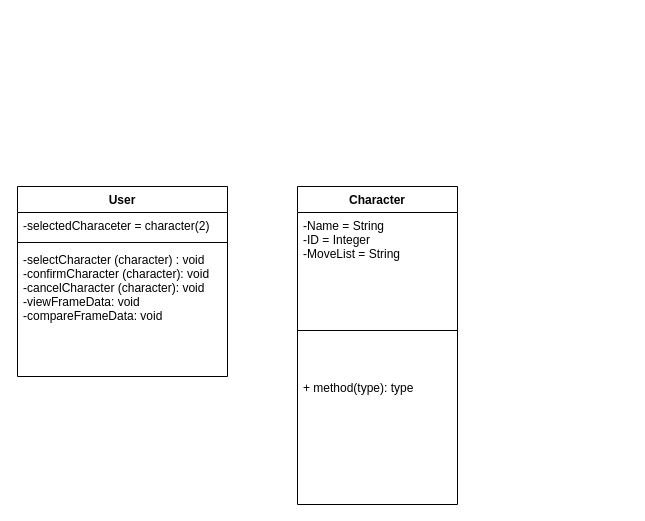
Earlier version of the draw.io diagram Class Diagram.drawio (aramis-matos/SkyboundDB). Source tidied: cells renumbered, new cells numbered last; positions are measured from the earlier drawing's top-left corner, leaving out a move shared by most shapes. Both pictures are drawn from the tidied source at 100%, with x=0, y=0 at pixel (17, 186).
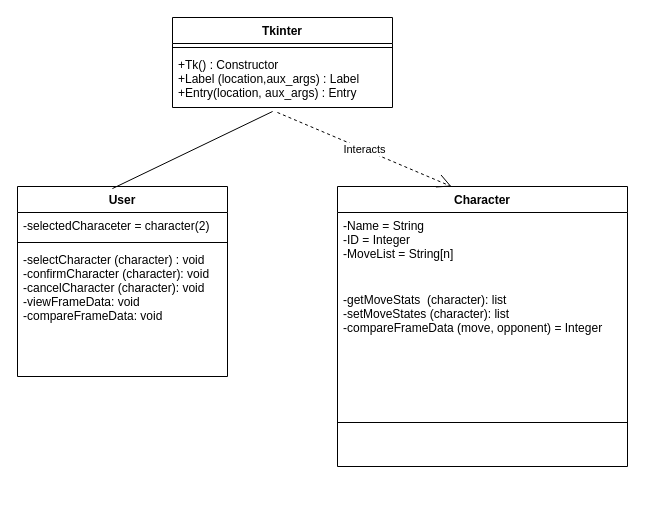
After the change.

Diff of the diagram source:
```diff
@@
 <mxGraphModel>
   <root>
     <mxCell id="0" />
     <mxCell id="1" parent="0" />
     <mxCell id="2" value="User" style="swimlane;fontStyle=1;align=center;verticalAlign=top;horizontal=1;startSize=26;" parent="1" vertex="1">
       <mxGeometry width="210" height="190" as="geometry" />
     </mxCell>
     <mxCell id="3" value="-selectedCharaceter = character(2)" style="text;strokeColor=none;fillColor=none;align=left;verticalAlign=top;spacingLeft=4;spacingRight=4;overflow=hidden;" parent="2" vertex="1">
       <mxGeometry y="26" width="210" height="26" as="geometry" />
     </mxCell>
     <mxCell id="4" style="line;strokeWidth=1;fillColor=none;align=left;verticalAlign=middle;spacingTop=-1;spacingLeft=3;spacingRight=3;labelPosition=right;" parent="2" vertex="1">
       <mxGeometry y="52" width="210" height="8" as="geometry" />
     </mxCell>
     <mxCell id="5" value="-selectCharacter (character) : void&#10;-confirmCharacter (character): void&#10;-cancelCharacter (character): void&#10;-viewFrameData: void&#10;-compareFrameData: void&#10;&#10;&#10;" style="text;strokeColor=none;fillColor=none;align=left;verticalAlign=top;spacingLeft=4;spacingRight=4;overflow=hidden;" parent="2" vertex="1">
       <mxGeometry y="60" width="210" height="130" as="geometry" />
     </mxCell>
     <mxCell id="6" value="Character" style="swimlane;fontStyle=1;align=center;verticalAlign=top;horizontal=1;startSize=26;" parent="1" vertex="1">
-      <mxGeometry x="280" width="160" height="318" as="geometry" />
+      <mxGeometry x="320" width="290" height="280" as="geometry" />
     </mxCell>
-    <mxCell id="7" value="-Name = String&#10;-ID = Integer&#10;-MoveList = String&#10;&#10;" style="text;strokeColor=none;fillColor=none;align=left;verticalAlign=top;spacingLeft=4;spacingRight=4;overflow=hidden;" parent="6" vertex="1">
-      <mxGeometry y="26" width="160" height="74" as="geometry" />
+    <mxCell id="7" value="-Name = String&#10;-ID = Integer&#10;-MoveList = String[n]&#10;&#10;" style="text;strokeColor=none;fillColor=none;align=left;verticalAlign=top;spacingLeft=4;spacingRight=4;overflow=hidden;" parent="6" vertex="1">
+      <mxGeometry y="26" width="290" height="74" as="geometry" />
     </mxCell>
+    <mxCell id="9" value="-getMoveStats  (character): list&#10;-setMoveStates (character): list&#10; -compareFrameData (move, opponent) = Integer&#10;&#10; &#10;" style="text;strokeColor=none;fillColor=none;align=left;verticalAlign=top;spacingLeft=4;spacingRight=4;overflow=hidden;" parent="6" vertex="1">
+      <mxGeometry y="100" width="290" height="92" as="geometry" />
+    </mxCell>
     <mxCell id="8" style="line;strokeWidth=1;fillColor=none;align=left;verticalAlign=middle;spacingTop=-1;spacingLeft=3;spacingRight=3;labelPosition=right;" parent="6" vertex="1">
-      <mxGeometry y="100" width="160" height="88" as="geometry" />
+      <mxGeometry y="192" width="290" height="88" as="geometry" />
     </mxCell>
-    <mxCell id="9" value="+ method(type): type" style="text;strokeColor=none;fillColor=none;align=left;verticalAlign=top;spacingLeft=4;spacingRight=4;overflow=hidden;" parent="6" vertex="1">
-      <mxGeometry y="188" width="160" height="130" as="geometry" />
-    </mxCell>
+    <mxCell id="10" value="Tkinter" style="swimlane;fontStyle=1;align=center;verticalAlign=top;horizontal=1;startSize=26;" parent="1" vertex="1">
+      <mxGeometry x="155" y="-169" width="220" height="90" as="geometry" />
+    </mxCell>
+    <mxCell id="11" style="line;strokeWidth=1;fillColor=none;align=left;verticalAlign=middle;spacingTop=-1;spacingLeft=3;spacingRight=3;labelPosition=right;" parent="10" vertex="1">
+      <mxGeometry y="26" width="220" height="8" as="geometry" />
+    </mxCell>
+    <mxCell id="12" value="+Tk() : Constructor&#10;+Label (location,aux_args) : Label&#10;+Entry(location, aux_args) : Entry&#10;&#10;" style="text;strokeColor=none;fillColor=none;align=left;verticalAlign=top;spacingLeft=4;spacingRight=4;overflow=hidden;points=[[0,0.5],[1,0.5]];portConstraint=eastwest;" parent="10" vertex="1">
+      <mxGeometry y="34" width="220" height="56" as="geometry" />
+    </mxCell>
+    <mxCell id="13" value="Interacts" style="endArrow=open;endSize=12;dashed=1;html=1;exitX=0.477;exitY=1.089;exitDx=0;exitDy=0;exitPerimeter=0;entryX=0.393;entryY=0;entryDx=0;entryDy=0;entryPerimeter=0;" parent="1" edge="1" source="12" target="6">
+      <mxGeometry relative="1" as="geometry" />
+    </mxCell>
+    <mxCell id="14" style="endArrow=none;html=1;exitX=0.452;exitY=0.011;exitDx=0;exitDy=0;exitPerimeter=0;entryX=0.455;entryY=1.071;entryDx=0;entryDy=0;entryPerimeter=0;" parent="1" edge="1" source="2" target="12">
+      <mxGeometry relative="1" as="geometry" />
+    </mxCell>
   </root>
 </mxGraphModel>
```
